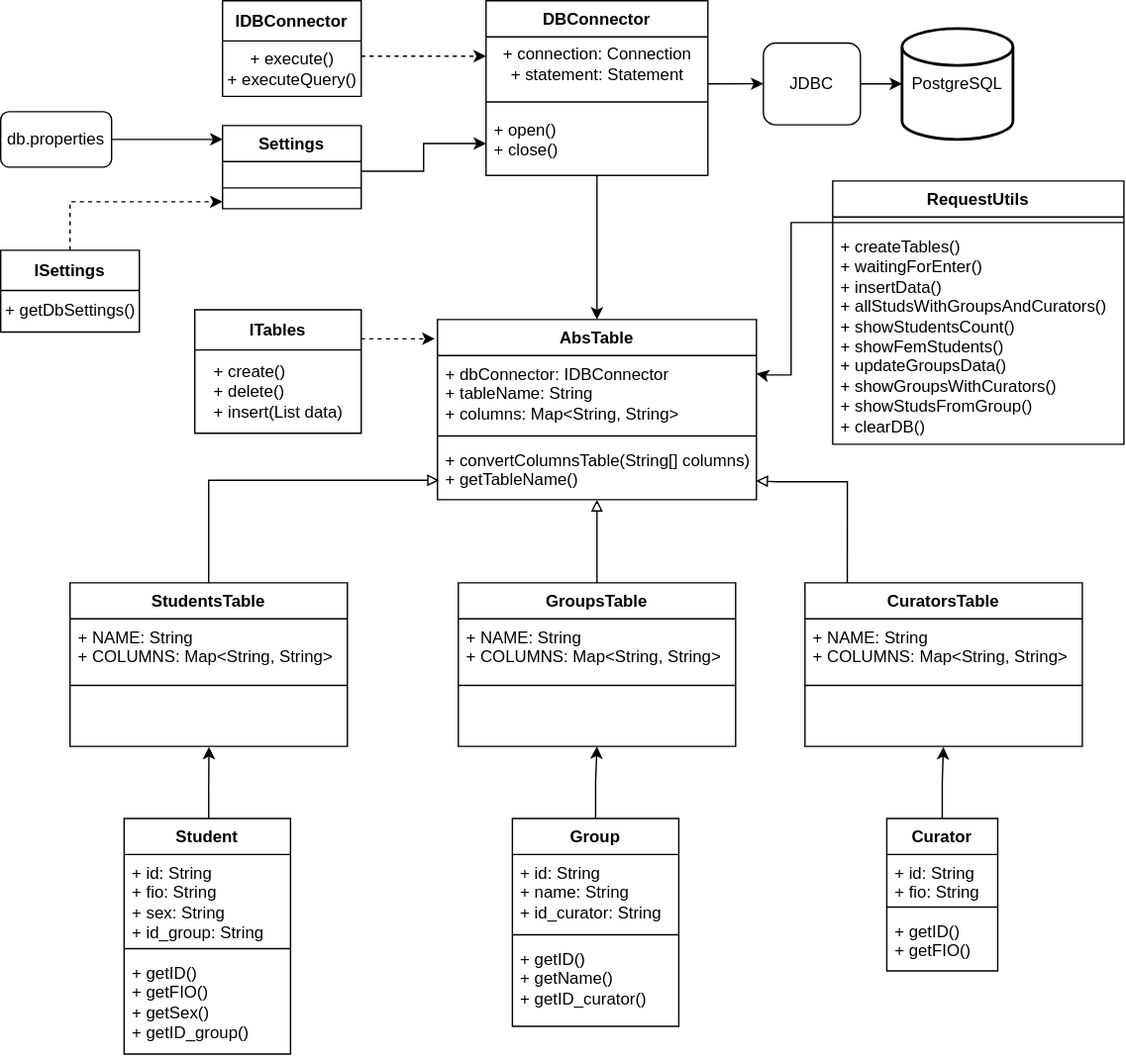
Skyar7/Otus-JQA_Basic_hw3 keeps this draw.io diagram as src/main/resources/UML/Otus-JQA_Basic_hw3_UML.drawio.svg. Above is the earlier version. Source tidied: cells renumbered, new cells last; positions are measured from the earlier drawing's top-left corner, leaving out a move shared by most shapes.
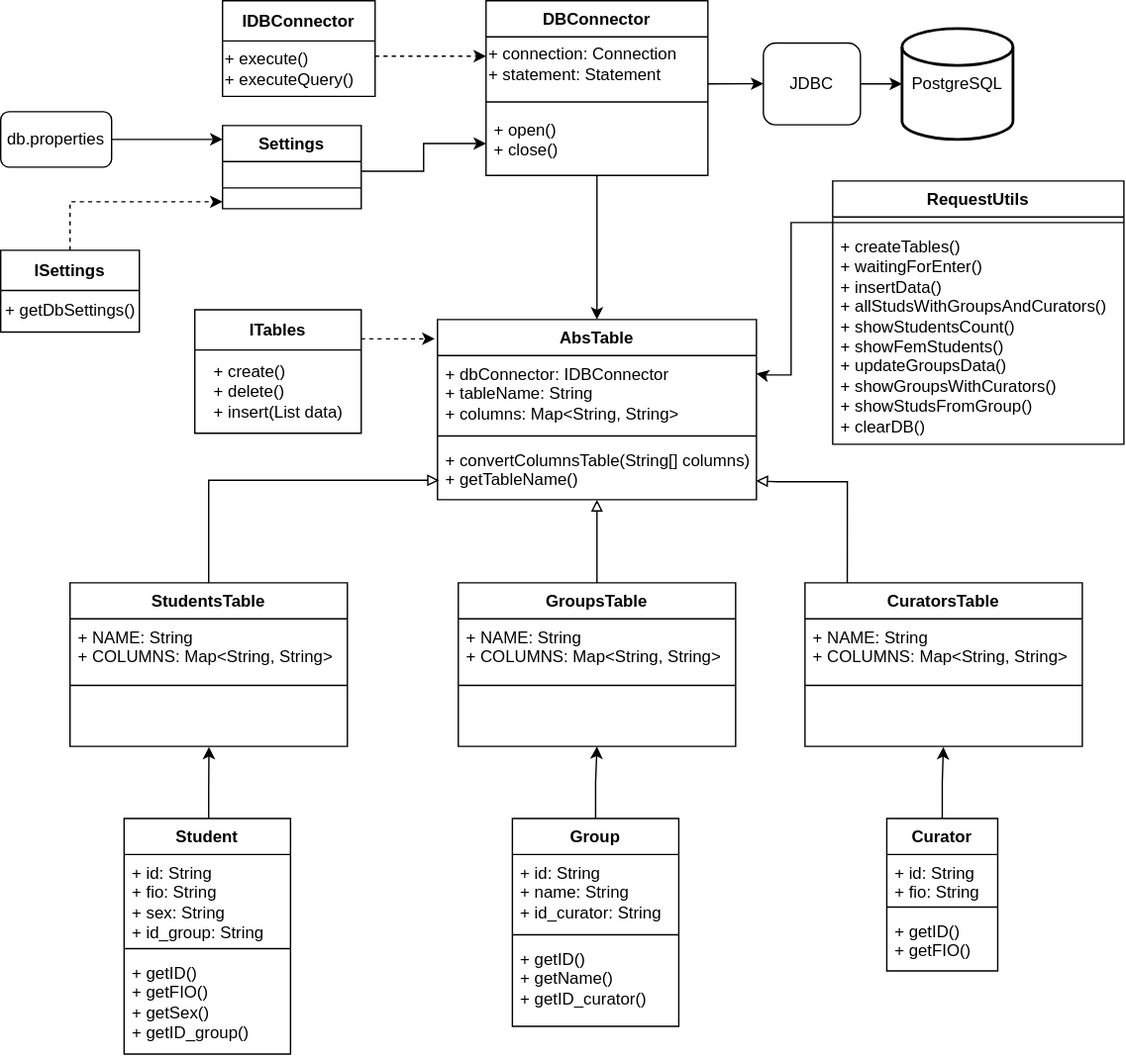
The same file after the commit.

Change to the diagram source:
```diff
@@ -17,7 +17,7 @@
     <mxCell id="6" value="DBConnector" style="swimlane;fontStyle=1;align=center;verticalAlign=top;horizontal=1;startSize=26;whiteSpace=wrap;html=1;" parent="1" vertex="1">
       <mxGeometry x="350" width="160" height="126" as="geometry" />
     </mxCell>
-    <mxCell id="7" value="+ connection: Connection&lt;br&gt;+ statement: Statement" style="text;html=1;align=center;verticalAlign=middle;points=[];strokeColor=none;fillColor=none;" parent="6" vertex="1">
+    <mxCell id="7" value="+ connection: Connection&lt;br&gt;+ statement: Statement" style="text;html=1;align=left;verticalAlign=middle;points=[];strokeColor=none;fillColor=none;" parent="6" vertex="1">
       <mxGeometry y="26" width="160" height="40" as="geometry" />
     </mxCell>
     <mxCell id="8" style="line;strokeWidth=1;fillColor=none;align=left;verticalAlign=middle;spacingTop=-1;spacingLeft=3;spacingRight=3;labelPosition=right;strokeColor=inherit;" parent="6" vertex="1">
@@ -38,10 +38,10 @@
       </mxGeometry>
     </mxCell>
     <mxCell id="12" value="IDBConnector" style="swimlane;fontStyle=1;align=center;verticalAlign=middle;horizontal=1;startSize=29;html=1;whiteSpace=wrap;" parent="1" vertex="1">
-      <mxGeometry x="160" width="100" height="69" as="geometry" />
+      <mxGeometry x="160" width="110" height="69" as="geometry" />
     </mxCell>
-    <mxCell id="13" value="+ execute()&lt;br style=&quot;border-color: var(--border-color); text-align: left;&quot;&gt;&lt;span style=&quot;text-align: left;&quot;&gt;+ executeQuery()&lt;/span&gt;" style="text;html=1;align=center;verticalAlign=middle;strokeColor=none;fillColor=none;" parent="12" vertex="1">
-      <mxGeometry y="29" width="100" height="40" as="geometry" />
+    <mxCell id="13" value="+ execute()&lt;br style=&quot;border-color: var(--border-color);&quot;&gt;&lt;span style=&quot;&quot;&gt;+ executeQuery()&lt;/span&gt;" style="text;html=1;align=left;verticalAlign=middle;strokeColor=none;fillColor=none;" parent="12" vertex="1">
+      <mxGeometry y="29" width="110" height="40" as="geometry" />
     </mxCell>
     <mxCell id="14" value="AbsTable" style="swimlane;fontStyle=1;align=center;verticalAlign=top;horizontal=1;startSize=26;whiteSpace=wrap;html=1;" parent="1" vertex="1">
       <mxGeometry x="315" y="230" width="230" height="130" as="geometry" />
```
